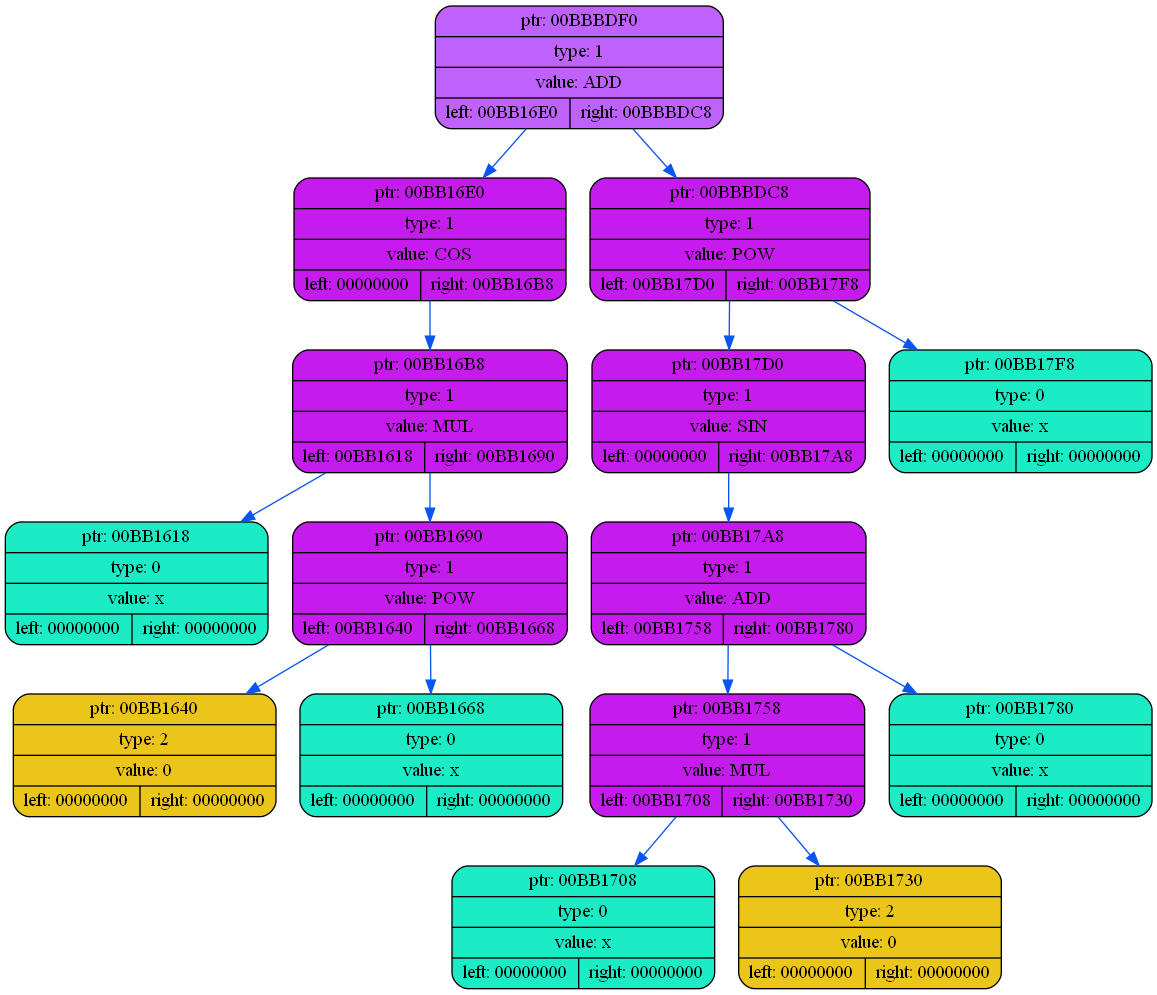
coffee8cat/differentiator keeps this Graphviz diagram as dump/dump1.png. Above is the earlier version. Its source is kept beside it as dump/dump1.dot.
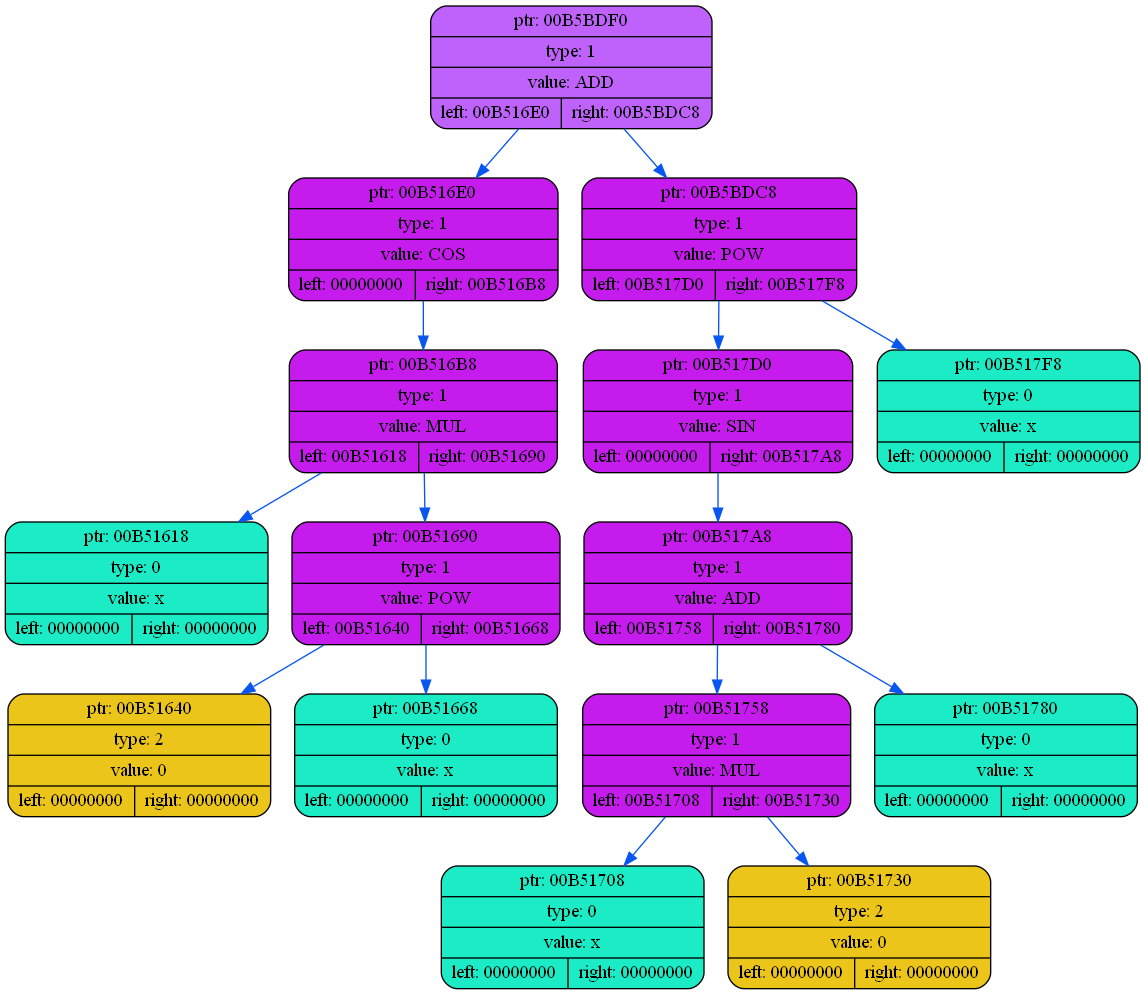
After the change.

What changed in the source:
```diff
@@ -2,33 +2,33 @@
 {
     rankdir=TP
 
-        node00BBBDF0[shape=record,style="rounded,filled",fillcolor="#BF62FC",label="{ ptr: 00BBBDF0 | type: 1 | value: ADD| { left: 00BB16E0 | right: 00BBBDC8 }}"];
-    node00BBBDF0 -> node00BB16E0[color="#0855F0"]
-    node00BB16E0[shape=record,style="rounded,filled",fillcolor="#C51BEC",label="{ ptr: 00BB16E0 | type: 1 | value: COS| { left: 00000000 | right: 00BB16B8 }}"];
-    node00BB16E0 -> node00BB16B8[color="#0855F0"]
-    node00BB16B8[shape=record,style="rounded,filled",fillcolor="#C51BEC",label="{ ptr: 00BB16B8 | type: 1 | value: MUL| { left: 00BB1618 | right: 00BB1690 }}"];
-    node00BB16B8 -> node00BB1618[color="#0855F0"]
-    node00BB1618[shape=record,style="rounded,filled",fillcolor="#1BECC5",label="{ ptr: 00BB1618 | type: 0 | value: x| { left: 00000000 | right: 00000000 }}"];
-    node00BB16B8 -> node00BB1690[color="#0855F0"]
-    node00BB1690[shape=record,style="rounded,filled",fillcolor="#C51BEC",label="{ ptr: 00BB1690 | type: 1 | value: POW| { left: 00BB1640 | right: 00BB1668 }}"];
-    node00BB1690 -> node00BB1640[color="#0855F0"]
-    node00BB1640[shape=record,style="rounded,filled",fillcolor="#ECC51B",label="{ ptr: 00BB1640 | type: 2 | value: 0| { left: 00000000 | right: 00000000 }}"];
-    node00BB1690 -> node00BB1668[color="#0855F0"]
-    node00BB1668[shape=record,style="rounded,filled",fillcolor="#1BECC5",label="{ ptr: 00BB1668 | type: 0 | value: x| { left: 00000000 | right: 00000000 }}"];
-    node00BBBDF0 -> node00BBBDC8[color="#0855F0"]
-    node00BBBDC8[shape=record,style="rounded,filled",fillcolor="#C51BEC",label="{ ptr: 00BBBDC8 | type: 1 | value: POW| { left: 00BB17D0 | right: 00BB17F8 }}"];
-    node00BBBDC8 -> node00BB17D0[color="#0855F0"]
-    node00BB17D0[shape=record,style="rounded,filled",fillcolor="#C51BEC",label="{ ptr: 00BB17D0 | type: 1 | value: SIN| { left: 00000000 | right: 00BB17A8 }}"];
-    node00BB17D0 -> node00BB17A8[color="#0855F0"]
-    node00BB17A8[shape=record,style="rounded,filled",fillcolor="#C51BEC",label="{ ptr: 00BB17A8 | type: 1 | value: ADD| { left: 00BB1758 | right: 00BB1780 }}"];
-    node00BB17A8 -> node00BB1758[color="#0855F0"]
-    node00BB1758[shape=record,style="rounded,filled",fillcolor="#C51BEC",label="{ ptr: 00BB1758 | type: 1 | value: MUL| { left: 00BB1708 | right: 00BB1730 }}"];
-    node00BB1758 -> node00BB1708[color="#0855F0"]
-    node00BB1708[shape=record,style="rounded,filled",fillcolor="#1BECC5",label="{ ptr: 00BB1708 | type: 0 | value: x| { left: 00000000 | right: 00000000 }}"];
-    node00BB1758 -> node00BB1730[color="#0855F0"]
-    node00BB1730[shape=record,style="rounded,filled",fillcolor="#ECC51B",label="{ ptr: 00BB1730 | type: 2 | value: 0| { left: 00000000 | right: 00000000 }}"];
-    node00BB17A8 -> node00BB1780[color="#0855F0"]
-    node00BB1780[shape=record,style="rounded,filled",fillcolor="#1BECC5",label="{ ptr: 00BB1780 | type: 0 | value: x| { left: 00000000 | right: 00000000 }}"];
-    node00BBBDC8 -> node00BB17F8[color="#0855F0"]
-    node00BB17F8[shape=record,style="rounded,filled",fillcolor="#1BECC5",label="{ ptr: 00BB17F8 | type: 0 | value: x| { left: 00000000 | right: 00000000 }}"];
+        node00B5BDF0[shape=record,style="rounded,filled",fillcolor="#BF62FC",label="{ ptr: 00B5BDF0 | type: 1 | value: ADD| { left: 00B516E0 | right: 00B5BDC8 }}"];
+    node00B5BDF0 -> node00B516E0[color="#0855F0"]
+    node00B516E0[shape=record,style="rounded,filled",fillcolor="#C51BEC",label="{ ptr: 00B516E0 | type: 1 | value: COS| { left: 00000000 | right: 00B516B8 }}"];
+    node00B516E0 -> node00B516B8[color="#0855F0"]
+    node00B516B8[shape=record,style="rounded,filled",fillcolor="#C51BEC",label="{ ptr: 00B516B8 | type: 1 | value: MUL| { left: 00B51618 | right: 00B51690 }}"];
+    node00B516B8 -> node00B51618[color="#0855F0"]
+    node00B51618[shape=record,style="rounded,filled",fillcolor="#1BECC5",label="{ ptr: 00B51618 | type: 0 | value: x| { left: 00000000 | right: 00000000 }}"];
+    node00B516B8 -> node00B51690[color="#0855F0"]
+    node00B51690[shape=record,style="rounded,filled",fillcolor="#C51BEC",label="{ ptr: 00B51690 | type: 1 | value: POW| { left: 00B51640 | right: 00B51668 }}"];
+    node00B51690 -> node00B51640[color="#0855F0"]
+    node00B51640[shape=record,style="rounded,filled",fillcolor="#ECC51B",label="{ ptr: 00B51640 | type: 2 | value: 0| { left: 00000000 | right: 00000000 }}"];
+    node00B51690 -> node00B51668[color="#0855F0"]
+    node00B51668[shape=record,style="rounded,filled",fillcolor="#1BECC5",label="{ ptr: 00B51668 | type: 0 | value: x| { left: 00000000 | right: 00000000 }}"];
+    node00B5BDF0 -> node00B5BDC8[color="#0855F0"]
+    node00B5BDC8[shape=record,style="rounded,filled",fillcolor="#C51BEC",label="{ ptr: 00B5BDC8 | type: 1 | value: POW| { left: 00B517D0 | right: 00B517F8 }}"];
+    node00B5BDC8 -> node00B517D0[color="#0855F0"]
+    node00B517D0[shape=record,style="rounded,filled",fillcolor="#C51BEC",label="{ ptr: 00B517D0 | type: 1 | value: SIN| { left: 00000000 | right: 00B517A8 }}"];
+    node00B517D0 -> node00B517A8[color="#0855F0"]
+    node00B517A8[shape=record,style="rounded,filled",fillcolor="#C51BEC",label="{ ptr: 00B517A8 | type: 1 | value: ADD| { left: 00B51758 | right: 00B51780 }}"];
+    node00B517A8 -> node00B51758[color="#0855F0"]
+    node00B51758[shape=record,style="rounded,filled",fillcolor="#C51BEC",label="{ ptr: 00B51758 | type: 1 | value: MUL| { left: 00B51708 | right: 00B51730 }}"];
+    node00B51758 -> node00B51708[color="#0855F0"]
+    node00B51708[shape=record,style="rounded,filled",fillcolor="#1BECC5",label="{ ptr: 00B51708 | type: 0 | value: x| { left: 00000000 | right: 00000000 }}"];
+    node00B51758 -> node00B51730[color="#0855F0"]
+    node00B51730[shape=record,style="rounded,filled",fillcolor="#ECC51B",label="{ ptr: 00B51730 | type: 2 | value: 0| { left: 00000000 | right: 00000000 }}"];
+    node00B517A8 -> node00B51780[color="#0855F0"]
+    node00B51780[shape=record,style="rounded,filled",fillcolor="#1BECC5",label="{ ptr: 00B51780 | type: 0 | value: x| { left: 00000000 | right: 00000000 }}"];
+    node00B5BDC8 -> node00B517F8[color="#0855F0"]
+    node00B517F8[shape=record,style="rounded,filled",fillcolor="#1BECC5",label="{ ptr: 00B517F8 | type: 0 | value: x| { left: 00000000 | right: 00000000 }}"];
 }
```
